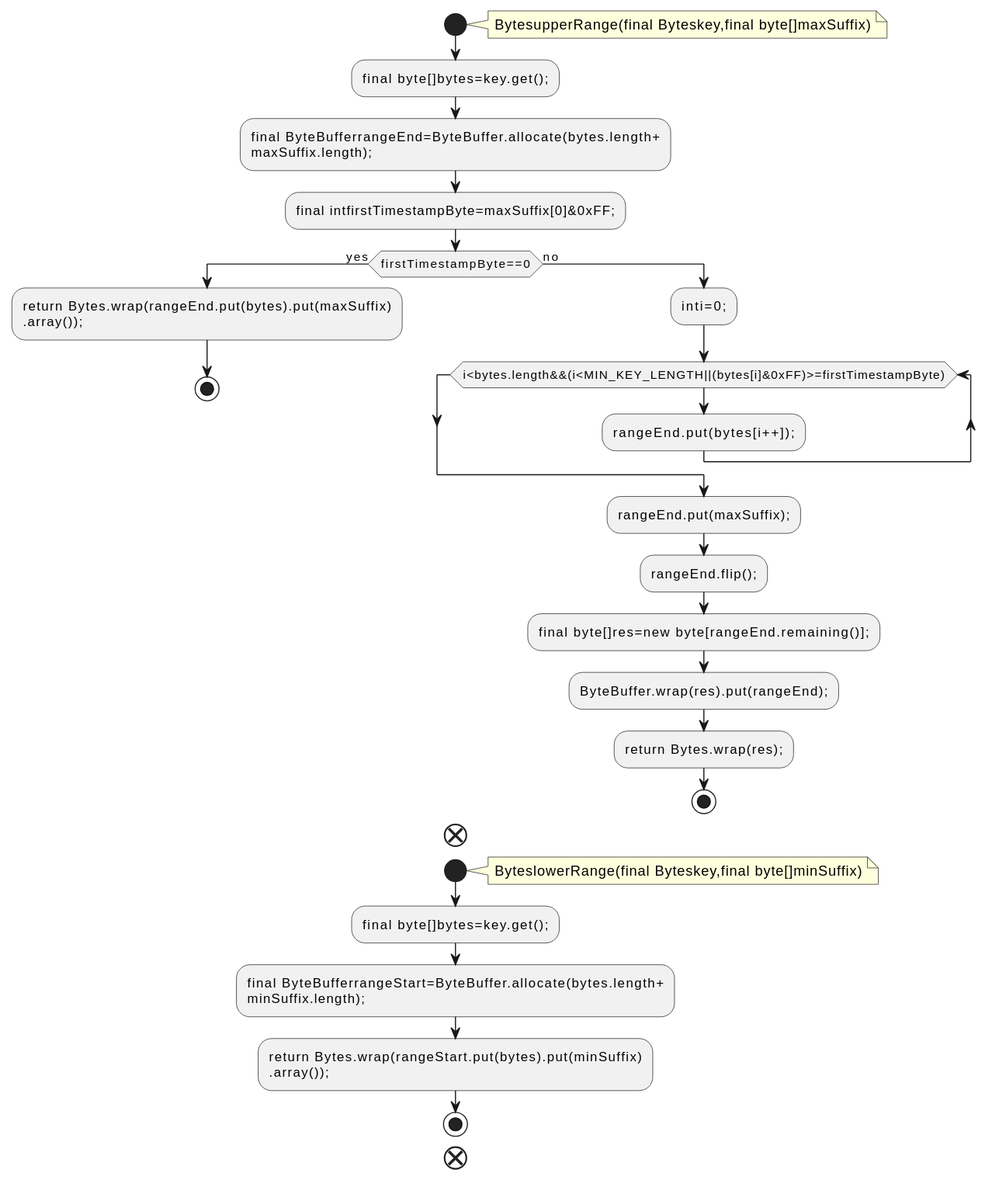
Above: docs/qc/streams/src/main/java/org/apache/kafka/streams/state/internals/OrderedBytes.java.fct.svg in qualitesys/kafka (PlantUML), before the change.
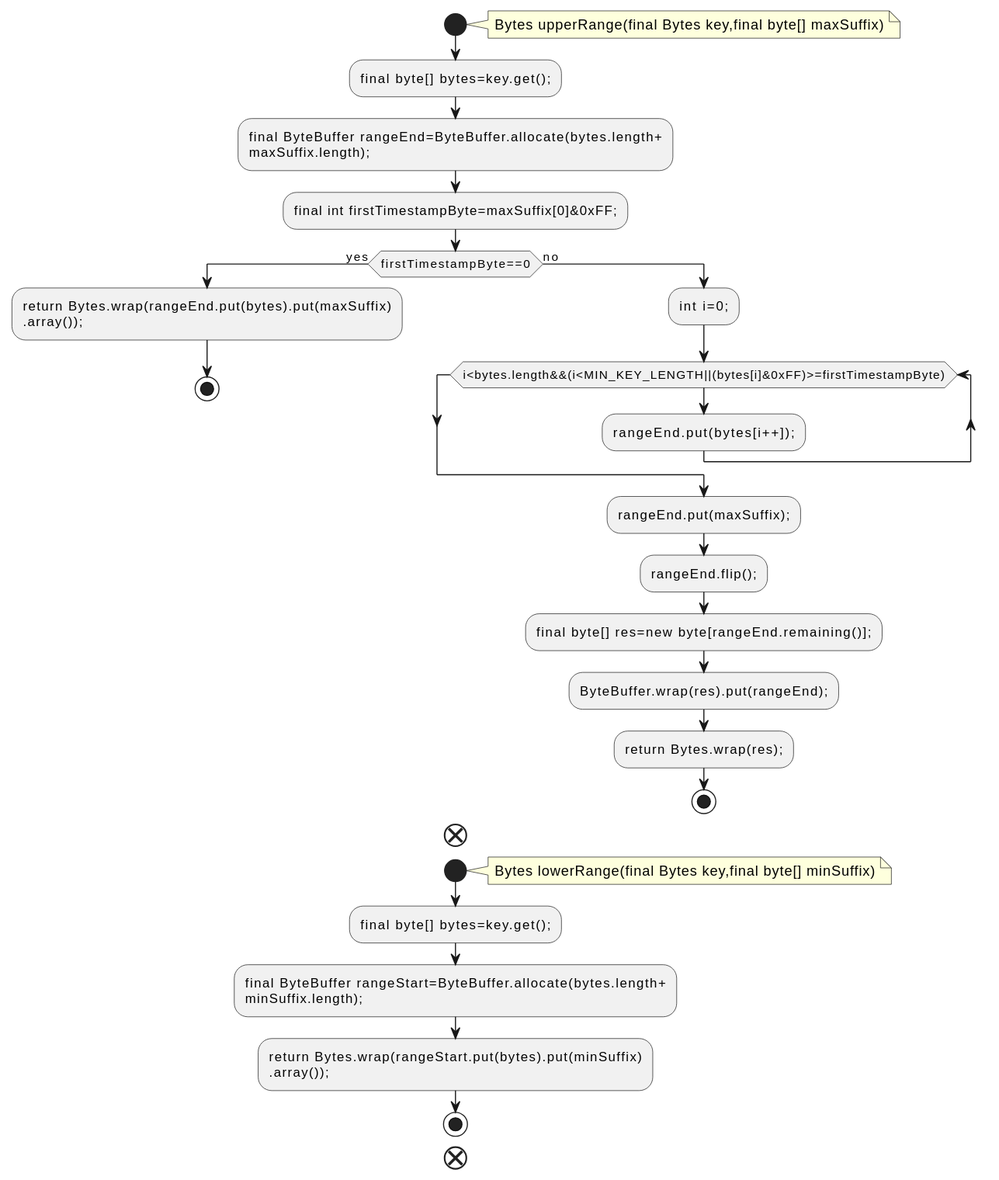
Above is the later version.

The edit, as a diff of the source:
```diff
@@ -2,24 +2,24 @@
 !pragma layout smetana
 start
 note right
-BytesupperRange(final Byteskey,final byte[]maxSuffix)
+Bytes upperRange(final Bytes key,final byte[] maxSuffix)
 end note
-:final byte[]bytes=key.get();;
-:final ByteBufferrangeEnd=ByteBuffer.allocate(bytes.length+
+:final byte[] bytes=key.get();;
+:final ByteBuffer rangeEnd=ByteBuffer.allocate(bytes.length+
 maxSuffix.length);;
-:final intfirstTimestampByte=maxSuffix[0]&0xFF;;
+:final int firstTimestampByte=maxSuffix[0]&0xFF;;
 if (firstTimestampByte==0) then (yes)
 :return Bytes.wrap(rangeEnd.put(bytes).put(maxSuffix)
 .array());;
 stop
 else (no)
-:inti=0;;
+:int i=0;;
 while (i<bytes.length&&(i<MIN_KEY_LENGTH||(bytes[i]&0xFF)>=firstTimestampByte))
 :rangeEnd.put(bytes[i++]);;
 endwhile
 :rangeEnd.put(maxSuffix);;
 :rangeEnd.flip();;
-:final byte[]res=new byte[rangeEnd.remaining()];;
+:final byte[] res=new byte[rangeEnd.remaining()];;
 :ByteBuffer.wrap(res).put(rangeEnd);;
 :return Bytes.wrap(res);;
 stop
@@ -27,10 +27,10 @@
 end
 start
 note right
-ByteslowerRange(final Byteskey,final byte[]minSuffix)
+Bytes lowerRange(final Bytes key,final byte[] minSuffix)
 end note
-:final byte[]bytes=key.get();;
-:final ByteBufferrangeStart=ByteBuffer.allocate(bytes.length+
+:final byte[] bytes=key.get();;
+:final ByteBuffer rangeStart=ByteBuffer.allocate(bytes.length+
 minSuffix.length);;
 :return Bytes.wrap(rangeStart.put(bytes).put(minSuffix)
 .array());;
```
